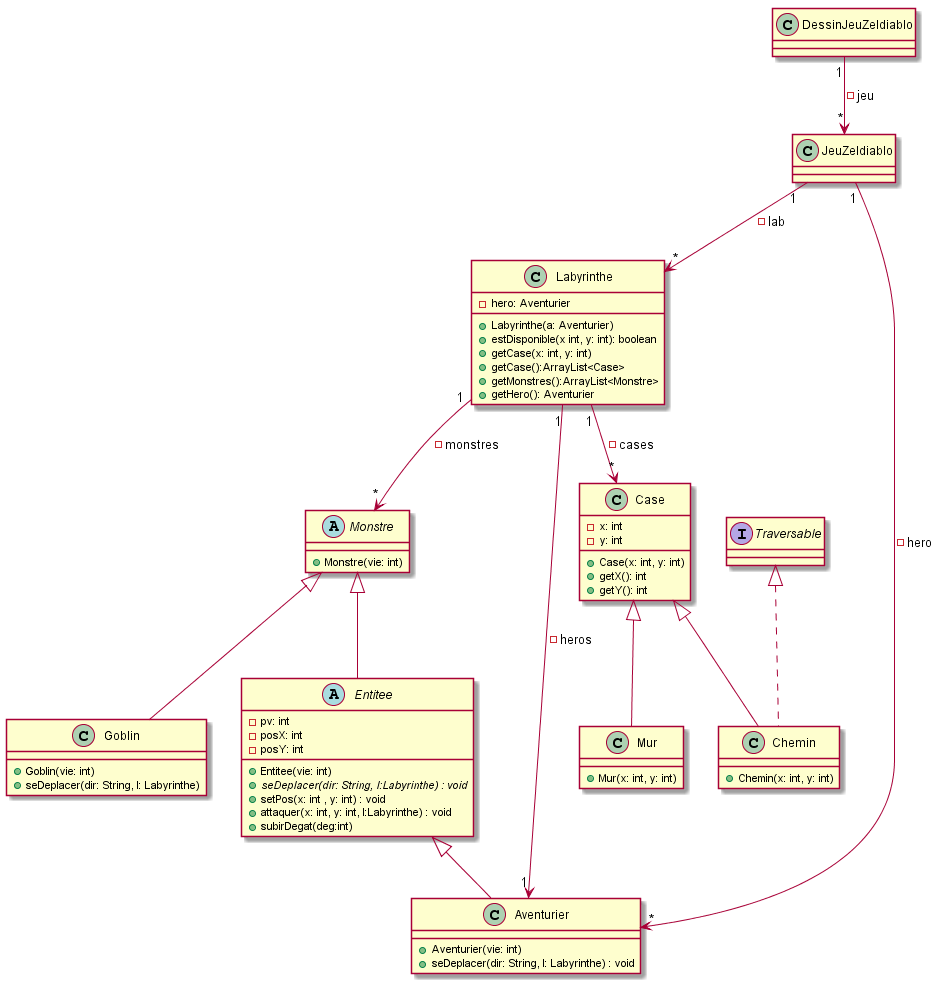
Earlier version of the PlantUML export documents/version_3.0/diagramme_classe.png (NunzioArdi/2019_coo_zeldiablo).
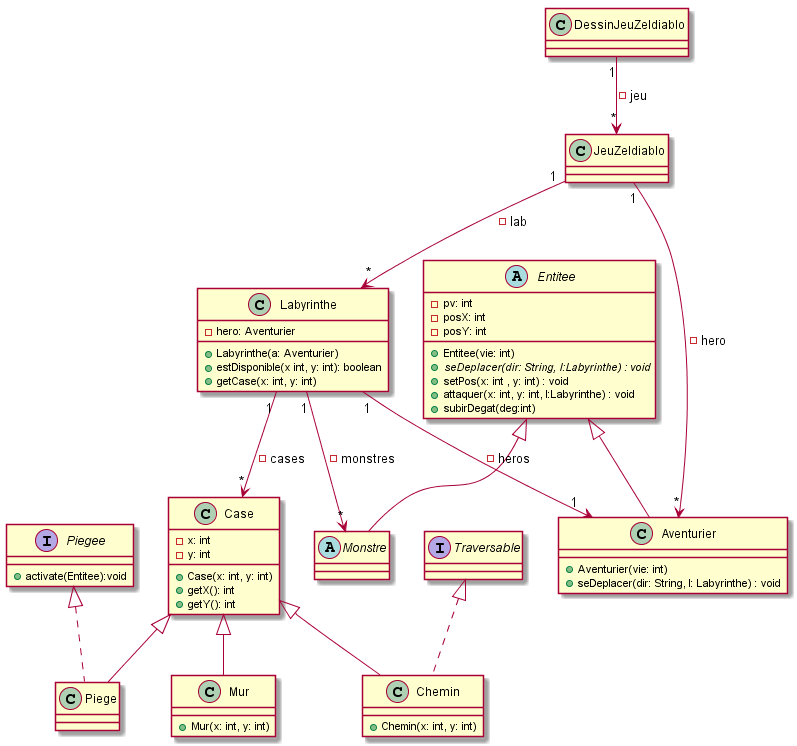
After the commit.

Commit message:
maj diagramme

What changed in the source:
```diff
@@ -9,9 +9,6 @@
 +Labyrinthe(a: Aventurier)
 +estDisponible(x int, y: int): boolean
 +getCase(x: int, y: int)
-+getCase():ArrayList<Case>
-+getMonstres():ArrayList<Monstre>
-+getHero(): Aventurier
 }
 
 class Case{
@@ -55,16 +52,21 @@
 }
 
 abstract class Monstre {
-+Monstre(vie: int)
+
 }
 
-class Goblin {
-+Goblin(vie: int)
-+seDeplacer(dir: String, l: Labyrinthe)
+class Piege {
+
+}
+
+interface Piegee {
++activate(Entitee):void
 }
 
 
-Monstre <|-- Entitee
+Case <|-- Piege
+Piegee <|.. Piege
+Entitee <|-- Monstre
 Case <|-- Chemin
 Case <|-- Mur
 Traversable  <|..  Chemin
@@ -75,5 +77,4 @@
 JeuZeldiablo "1" --> "*" Labyrinthe : -lab
 JeuZeldiablo "1" --> "*" Aventurier : -hero
 DessinJeuZeldiablo "1" --> "*" JeuZeldiablo : -jeu
-Monstre <|-- Goblin
 @enduml
```
